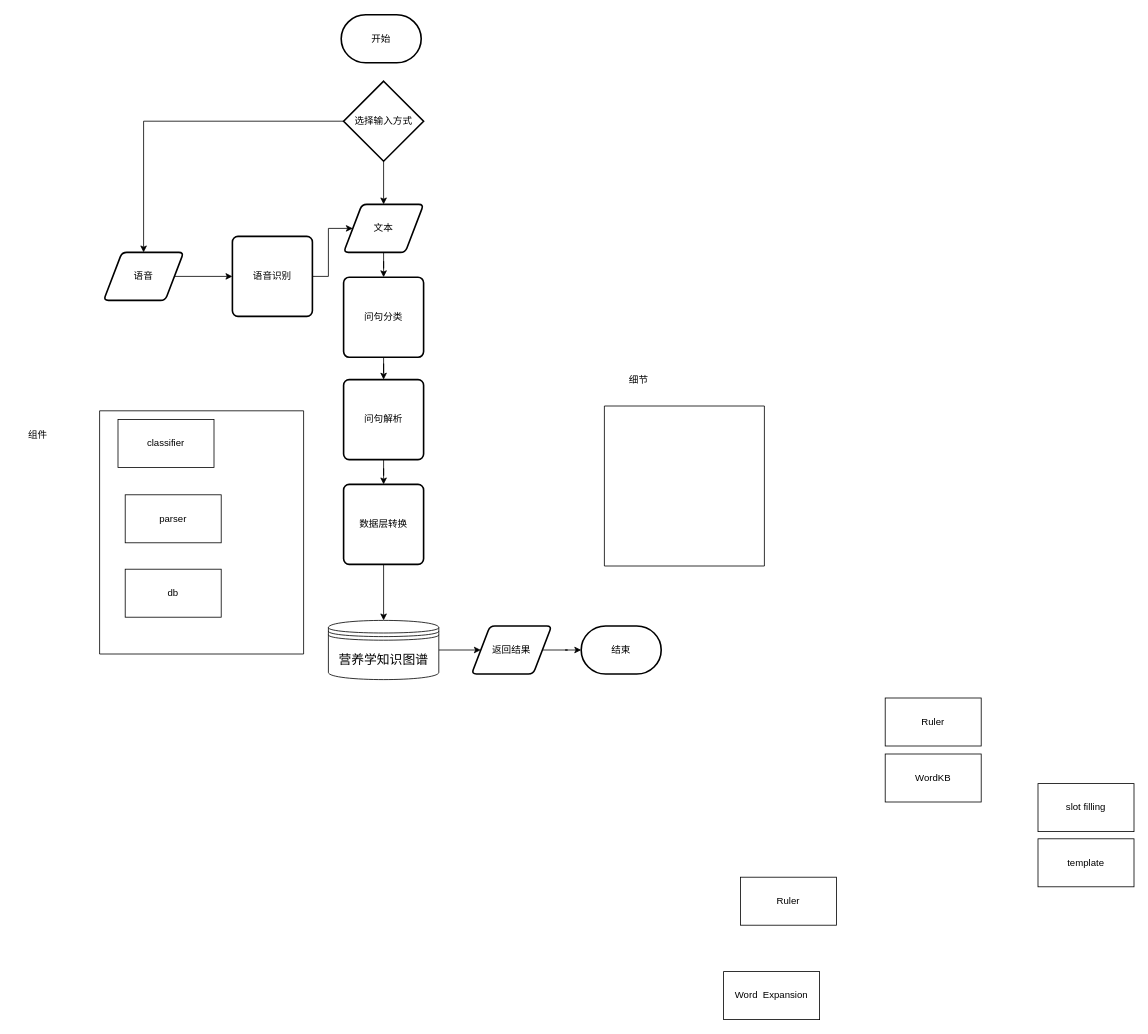
Above: page "第 3 页" (3 of 6) of flowchart/毕设.drawio in honghangzhi/diagrams (draw.io), before the change. Source tidied: cells renumbered, new cells numbered last; positions are measured from the earlier drawing's top-left corner, leaving out a move shared by most shapes. Both pictures are drawn from the tidied source at 80%, with x=0, y=0 at pixel (14, 14).
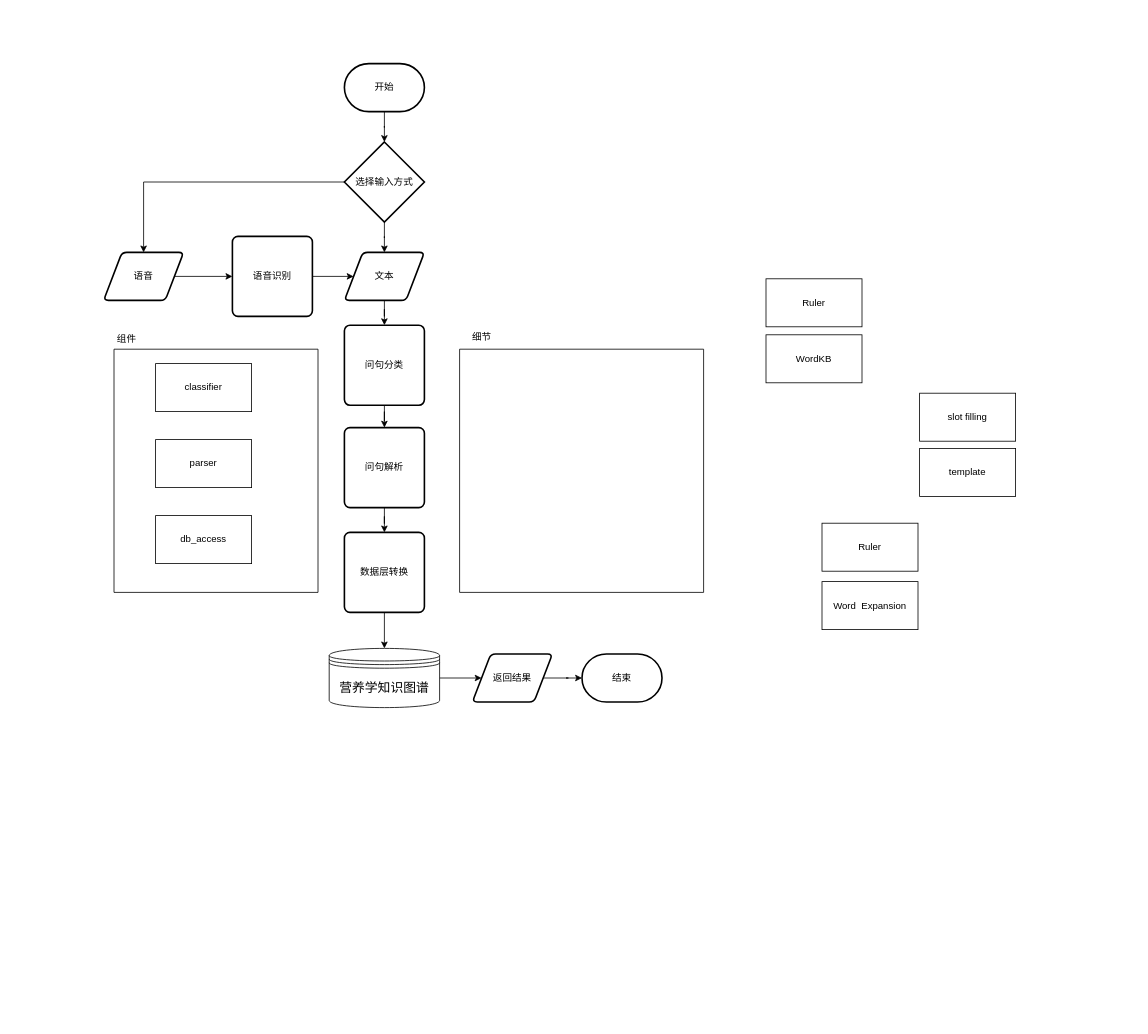
Above is the later version.

Change to the diagram source:
```diff
@@
     <mxCell id="3" value="营养学知识图谱" style="shape=datastore;whiteSpace=wrap;html=1;fontSize=16;" parent="1" vertex="1">
-      <mxGeometry x="393" y="757" width="138" height="74" as="geometry" />
+      <mxGeometry x="394" y="792" width="138" height="74" as="geometry" />
     </mxCell>
@@
     <mxCell id="5" value="文本" style="shape=parallelogram;html=1;strokeWidth=2;perimeter=parallelogramPerimeter;whiteSpace=wrap;rounded=1;arcSize=12;size=0.23;" parent="1" vertex="1">
-      <mxGeometry x="412" y="237" width="100" height="60" as="geometry" />
+      <mxGeometry x="413" y="297" width="100" height="60" as="geometry" />
     </mxCell>
@@
     <mxCell id="9" value="问句分类" style="rounded=1;whiteSpace=wrap;html=1;absoluteArcSize=1;arcSize=14;strokeWidth=2;" parent="1" vertex="1">
-      <mxGeometry x="412" y="328" width="100" height="100" as="geometry" />
+      <mxGeometry x="413" y="388" width="100" height="100" as="geometry" />
     </mxCell>
@@
     <mxCell id="11" value="问句解析" style="rounded=1;whiteSpace=wrap;html=1;absoluteArcSize=1;arcSize=14;strokeWidth=2;" parent="1" vertex="1">
-      <mxGeometry x="412" y="456" width="100" height="100" as="geometry" />
+      <mxGeometry x="413" y="516" width="100" height="100" as="geometry" />
     </mxCell>
@@
     <mxCell id="13" value="数据层转换" style="rounded=1;whiteSpace=wrap;html=1;absoluteArcSize=1;arcSize=14;strokeWidth=2;" parent="1" vertex="1">
-      <mxGeometry x="412" y="587" width="100" height="100" as="geometry" />
+      <mxGeometry x="413" y="647" width="100" height="100" as="geometry" />
     </mxCell>
@@
     <mxCell id="15" value="返回结果" style="shape=parallelogram;html=1;strokeWidth=2;perimeter=parallelogramPerimeter;whiteSpace=wrap;rounded=1;arcSize=12;size=0.23;" parent="1" vertex="1">
-      <mxGeometry x="572" y="764" width="100" height="60" as="geometry" />
+      <mxGeometry x="573" y="799" width="100" height="60" as="geometry" />
     </mxCell>
     <mxCell id="16" value="结束" style="strokeWidth=2;html=1;shape=mxgraph.flowchart.terminator;whiteSpace=wrap;" parent="1" vertex="1">
-      <mxGeometry x="709" y="764" width="100" height="60" as="geometry" />
+      <mxGeometry x="710" y="799" width="100" height="60" as="geometry" />
     </mxCell>
+    <mxCell id="36" style="edgeStyle=orthogonalEdgeStyle;rounded=0;jettySize=auto;html=1;" parent="1" edge="1" source="17" target="24">
+      <mxGeometry relative="1" as="geometry" />
+    </mxCell>
     <mxCell id="17" value="开始" style="strokeWidth=2;html=1;shape=mxgraph.flowchart.terminator;whiteSpace=wrap;" parent="1" vertex="1">
-      <mxGeometry x="409" width="100" height="60" as="geometry" />
+      <mxGeometry x="413" y="61" width="100" height="60" as="geometry" />
     </mxCell>
     <mxCell id="18" style="swimlane;startSize=0;" parent="1" vertex="1">
-      <mxGeometry x="107" y="495" width="255" height="304" as="geometry" />
+      <mxGeometry x="125" y="418" width="255" height="304" as="geometry" />
     </mxCell>
     <mxCell id="19" value="classifier" style="whiteSpace=wrap;html=1;" parent="18" vertex="1">
-      <mxGeometry x="23" y="11" width="120" height="60" as="geometry" />
+      <mxGeometry x="52" y="18" width="120" height="60" as="geometry" />
     </mxCell>
-    <mxCell id="20" value="db" style="whiteSpace=wrap;html=1;" parent="18" vertex="1">
-      <mxGeometry x="32" y="198" width="120" height="60" as="geometry" />
+    <mxCell id="20" value="db_access" style="whiteSpace=wrap;html=1;" parent="18" vertex="1">
+      <mxGeometry x="52" y="208" width="120" height="60" as="geometry" />
     </mxCell>
     <mxCell id="21" value="parser" style="whiteSpace=wrap;html=1;" parent="18" vertex="1">
-      <mxGeometry x="32" y="105" width="120" height="60" as="geometry" />
+      <mxGeometry x="52" y="113" width="120" height="60" as="geometry" />
     </mxCell>
+    <mxCell id="28" value="组件" style="text;html=1;strokeColor=none;fillColor=none;align=center;verticalAlign=middle;whiteSpace=wrap;rounded=0;" parent="18" vertex="1">
+      <mxGeometry x="-14" y="-27" width="60" height="30" as="geometry" />
+    </mxCell>
@@
     <mxCell id="24" value="选择输入方式" style="strokeWidth=2;html=1;shape=mxgraph.flowchart.decision;whiteSpace=wrap;" parent="1" vertex="1">
-      <mxGeometry x="412" y="83" width="100" height="100" as="geometry" />
+      <mxGeometry x="413" y="159" width="100" height="100" as="geometry" />
     </mxCell>
@@
     <mxCell id="27" style="swimlane;startSize=0;" parent="1" vertex="1">
-      <mxGeometry x="738" y="489" width="200" height="200" as="geometry" />
+      <mxGeometry x="557" y="418" width="305" height="304" as="geometry" />
     </mxCell>
-    <mxCell id="28" value="组件" style="text;html=1;strokeColor=none;fillColor=none;align=center;verticalAlign=middle;whiteSpace=wrap;rounded=0;" parent="1" vertex="1">
-      <mxGeometry y="510" width="60" height="30" as="geometry" />
-    </mxCell>
-    <mxCell id="29" value="细节" style="text;html=1;strokeColor=none;fillColor=none;align=center;verticalAlign=middle;whiteSpace=wrap;rounded=0;" parent="1" vertex="1">
-      <mxGeometry x="751" y="442" width="60" height="30" as="geometry" />
+    <mxCell id="29" value="细节" style="text;html=1;strokeColor=none;fillColor=none;align=center;verticalAlign=middle;whiteSpace=wrap;rounded=0;" parent="27" vertex="1">
+      <mxGeometry x="-2" y="-30" width="60" height="30" as="geometry" />
     </mxCell>
     <mxCell id="30" value="Ruler" style="rounded=0;whiteSpace=wrap;html=1;" parent="1" vertex="1">
-      <mxGeometry x="908" y="1078" width="120" height="60" as="geometry" />
+      <mxGeometry x="1010" y="635.5" width="120" height="60" as="geometry" />
     </mxCell>
     <mxCell id="31" value="Word&amp;nbsp; Expansion" style="rounded=0;whiteSpace=wrap;html=1;" parent="1" vertex="1">
-      <mxGeometry x="887" y="1196" width="120" height="60" as="geometry" />
+      <mxGeometry x="1010" y="708.5" width="120" height="60" as="geometry" />
     </mxCell>
     <mxCell id="32" value="WordKB" style="rounded=0;whiteSpace=wrap;html=1;" parent="1" vertex="1">
-      <mxGeometry x="1089" y="924" width="120" height="60" as="geometry" />
+      <mxGeometry x="940" y="400" width="120" height="60" as="geometry" />
     </mxCell>
     <mxCell id="33" value="Ruler" style="rounded=0;whiteSpace=wrap;html=1;" parent="1" vertex="1">
-      <mxGeometry x="1089" y="854" width="120" height="60" as="geometry" />
+      <mxGeometry x="940" y="330" width="120" height="60" as="geometry" />
     </mxCell>
     <mxCell id="34" value="template" style="rounded=0;whiteSpace=wrap;html=1;" parent="1" vertex="1">
-      <mxGeometry x="1280" y="1030" width="120" height="60" as="geometry" />
+      <mxGeometry x="1132" y="542" width="120" height="60" as="geometry" />
     </mxCell>
     <mxCell id="35" value="slot filling" style="rounded=0;whiteSpace=wrap;html=1;" parent="1" vertex="1">
-      <mxGeometry x="1280" y="961" width="120" height="60" as="geometry" />
+      <mxGeometry x="1132" y="473" width="120" height="60" as="geometry" />
     </mxCell>
```
